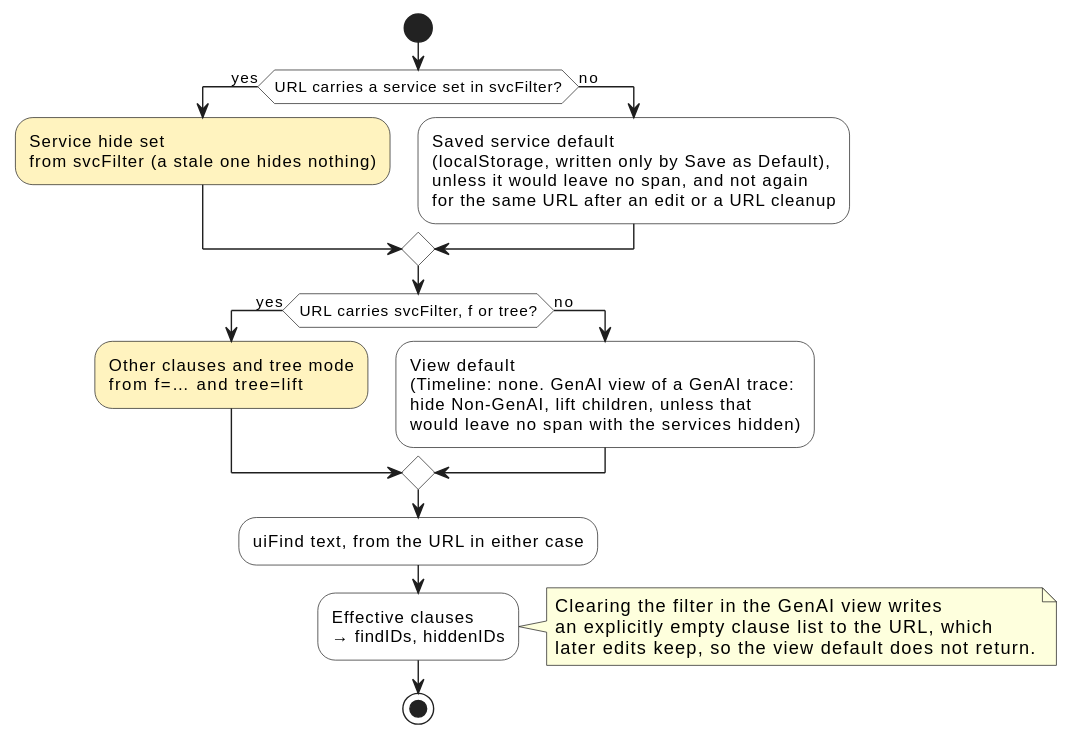
Before: docs/rfc/0009/precedence.svg, a diagram exported from PlantUML (jaegertracing/jaeger-ui).
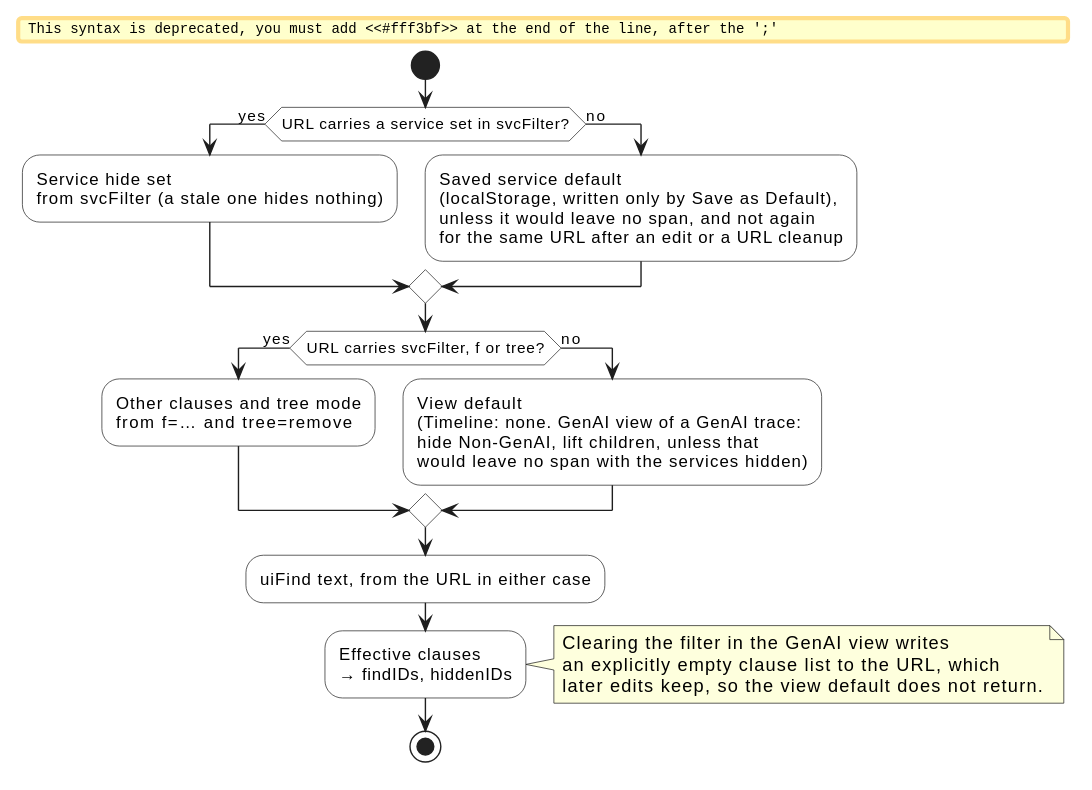
After the commit.

Commit message:
docs(rfc): Make lift the default tree mode

Change to the diagram source:
```diff
@@ -17,7 +17,7 @@
 endif
 if (URL carries svcFilter, f or tree?) then (yes)
   #fff3bf:Other clauses and tree mode
-  from f=… and tree=lift;
+  from f=… and tree=remove;
 else (no)
   :View default
   (Timeline: none. GenAI view of a GenAI trace:
```
